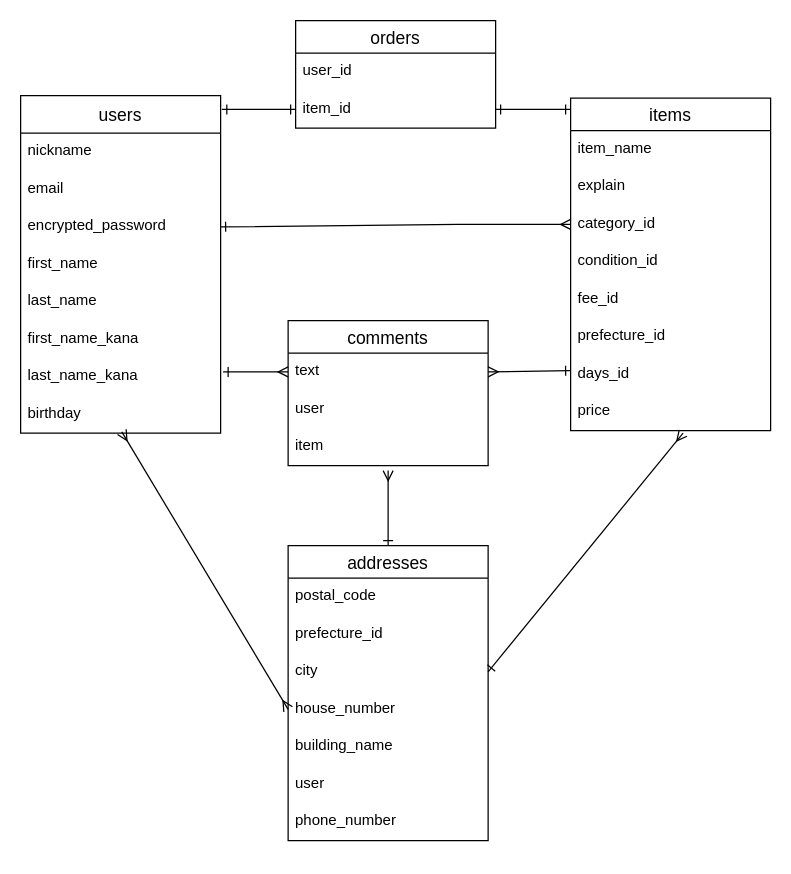
The draw.io diagram app/views/er.dio in mikArai5/furima-31920, before the edit. Source tidied: cells renumbered, new cells numbered last; positions are measured from the earlier drawing's top-left corner, leaving out a move shared by most shapes. Both pictures are drawn from the tidied source at 125%, with x=0, y=0 at pixel (20, 20).
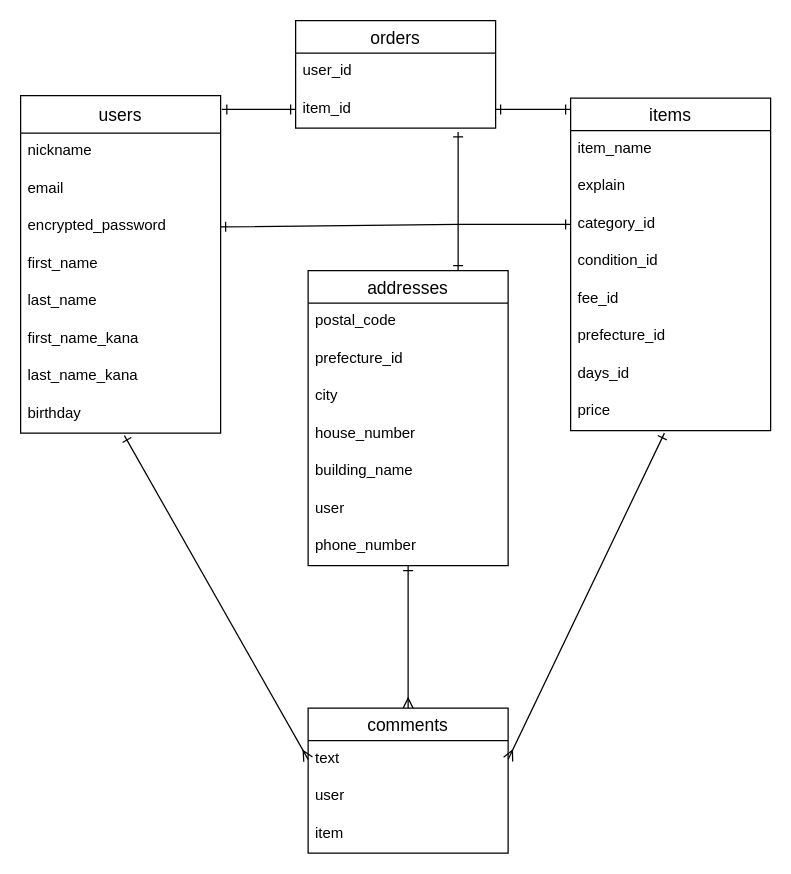
The same page after the edit.

The change refers to these unchanged cells:
```xml
<mxCell id="5" value="encrypted_password" style="text;strokeColor=none;fillColor=none;spacingLeft=4;spacingRight=4;overflow=hidden;points=[[0,0.5],[1,0.5]];portConstraint=eastwest;fontSize=12;" parent="2" vertex="1">
  <mxGeometry y="90" width="160" height="30" as="geometry" />
</mxCell>
<mxCell id="10" value="birthday" style="text;strokeColor=none;fillColor=none;spacingLeft=4;spacingRight=4;overflow=hidden;points=[[0,0.5],[1,0.5]];portConstraint=eastwest;fontSize=12;" parent="2" vertex="1">
  <mxGeometry y="240" width="160" height="30" as="geometry" />
</mxCell>
<mxCell id="14" value="category_id" style="text;strokeColor=none;fillColor=none;spacingLeft=4;spacingRight=4;overflow=hidden;points=[[0,0.5],[1,0.5]];portConstraint=eastwest;fontSize=12;" parent="11" vertex="1">
  <mxGeometry y="86" width="160" height="30" as="geometry" />
</mxCell>
<mxCell id="19" value="price" style="text;strokeColor=none;fillColor=none;spacingLeft=4;spacingRight=4;overflow=hidden;points=[[0,0.5],[1,0.5]];portConstraint=eastwest;fontSize=12;" parent="11" vertex="1">
  <mxGeometry y="236" width="160" height="30" as="geometry" />
</mxCell>
<mxCell id="21" value="text" style="text;strokeColor=none;fillColor=none;spacingLeft=4;spacingRight=4;overflow=hidden;points=[[0,0.5],[1,0.5]];portConstraint=eastwest;fontSize=12;" parent="20" vertex="1">
  <mxGeometry y="26" width="160" height="30" as="geometry" />
</mxCell>
<mxCell id="23" value="item" style="text;strokeColor=none;fillColor=none;spacingLeft=4;spacingRight=4;overflow=hidden;points=[[0,0.5],[1,0.5]];portConstraint=eastwest;fontSize=12;" parent="20" vertex="1">
  <mxGeometry y="86" width="160" height="30" as="geometry" />
</mxCell>
<mxCell id="28" value="city" style="text;strokeColor=none;fillColor=none;spacingLeft=4;spacingRight=4;overflow=hidden;points=[[0,0.5],[1,0.5]];portConstraint=eastwest;fontSize=12;" parent="25" vertex="1">
  <mxGeometry y="86" width="160" height="30" as="geometry" />
</mxCell>
<mxCell id="29" value="house_number" style="text;strokeColor=none;fillColor=none;spacingLeft=4;spacingRight=4;overflow=hidden;points=[[0,0.5],[1,0.5]];portConstraint=eastwest;fontSize=12;" parent="25" vertex="1">
  <mxGeometry y="116" width="160" height="30" as="geometry" />
</mxCell>
```

Diff of the diagram source:
```diff
@@
     <mxCell id="20" value="comments" style="swimlane;fontStyle=0;horizontal=1;startSize=26;align=center;fontSize=14;" parent="1" vertex="1">
-      <mxGeometry x="214" y="240" width="160" height="116" as="geometry" />
+      <mxGeometry x="230" y="550" width="160" height="116" as="geometry" />
     </mxCell>
@@
-    <mxCell id="24" style="edgeStyle=none;rounded=0;jettySize=auto;html=1;exitX=0.5;exitY=0;exitDx=0;exitDy=0;entryX=0.5;entryY=1.133;entryDx=0;entryDy=0;entryPerimeter=0;startArrow=ERone;startFill=0;endArrow=ERmany;endFill=0;" parent="1" edge="1" source="25" target="23">
-      <mxGeometry relative="1" as="geometry" />
+    <mxCell id="24" style="edgeStyle=none;rounded=0;jettySize=auto;html=1;startArrow=ERone;startFill=0;endArrow=ERmany;endFill=0;" parent="1" edge="1" source="25">
+      <mxGeometry relative="1" as="geometry">
+        <mxPoint x="310" y="550" as="targetPoint" />
+      </mxGeometry>
     </mxCell>
+    <mxCell id="43" style="edgeStyle=orthogonalEdgeStyle;rounded=0;jettySize=auto;html=1;exitX=0.75;exitY=0;exitDx=0;exitDy=0;endArrow=ERone;endFill=0;startArrow=ERone;startFill=0;" parent="1" edge="1" source="25">
+      <mxGeometry relative="1" as="geometry">
+        <mxPoint x="350" y="89" as="targetPoint" />
+      </mxGeometry>
+    </mxCell>
     <mxCell id="25" value="addresses" style="swimlane;fontStyle=0;horizontal=1;startSize=26;align=center;fontSize=14;" parent="1" vertex="1">
-      <mxGeometry x="214" y="420" width="160" height="236" as="geometry" />
+      <mxGeometry x="230" y="200" width="160" height="236" as="geometry" />
     </mxCell>
@@
-    <mxCell id="33" style="edgeStyle=none;rounded=0;jettySize=auto;html=1;exitX=1;exitY=0.5;exitDx=0;exitDy=0;entryX=0;entryY=0.5;entryDx=0;entryDy=0;endArrow=ERmany;endFill=0;startArrow=ERone;startFill=0;" parent="1" edge="1" source="5" target="14">
+    <mxCell id="33" style="edgeStyle=none;rounded=0;jettySize=auto;html=1;exitX=1;exitY=0.5;exitDx=0;exitDy=0;entryX=0;entryY=0.5;entryDx=0;entryDy=0;endArrow=ERone;endFill=0;startArrow=ERone;startFill=0;" parent="1" edge="1" source="5" target="14">
       <mxGeometry relative="1" as="geometry">
         <Array as="points">
           <mxPoint x="350" y="163" />
         </Array>
       </mxGeometry>
     </mxCell>
-    <mxCell id="34" style="edgeStyle=none;rounded=0;jettySize=auto;html=1;entryX=0;entryY=0.5;entryDx=0;entryDy=0;startArrow=ERone;startFill=0;endArrow=ERmany;endFill=0;" parent="1" edge="1" target="21">
-      <mxGeometry relative="1" as="geometry">
-        <mxPoint x="162" y="281" as="sourcePoint" />
-      </mxGeometry>
+    <mxCell id="34" style="edgeStyle=none;rounded=0;jettySize=auto;html=1;entryX=0;entryY=0.5;entryDx=0;entryDy=0;startArrow=ERone;startFill=0;endArrow=ERmany;endFill=0;exitX=0.519;exitY=1.067;exitDx=0;exitDy=0;exitPerimeter=0;" parent="1" edge="1" source="10" target="21">
+      <mxGeometry relative="1" as="geometry" />
     </mxCell>
-    <mxCell id="35" style="edgeStyle=none;rounded=0;jettySize=auto;html=1;entryX=1;entryY=0.5;entryDx=0;entryDy=0;startArrow=ERone;startFill=0;endArrow=ERmany;endFill=0;" parent="1" edge="1" target="21">
-      <mxGeometry relative="1" as="geometry">
-        <mxPoint x="440" y="280" as="sourcePoint" />
-      </mxGeometry>
+    <mxCell id="35" style="edgeStyle=none;rounded=0;jettySize=auto;html=1;entryX=1;entryY=0.5;entryDx=0;entryDy=0;startArrow=ERone;startFill=0;endArrow=ERmany;endFill=0;exitX=0.469;exitY=1.067;exitDx=0;exitDy=0;exitPerimeter=0;" parent="1" edge="1" source="19" target="21">
+      <mxGeometry relative="1" as="geometry" />
     </mxCell>
-    <mxCell id="36" style="edgeStyle=none;rounded=0;jettySize=auto;html=1;exitX=1;exitY=0.5;exitDx=0;exitDy=0;startArrow=ERone;startFill=0;endArrow=ERmany;endFill=0;" parent="1" edge="1" source="28">
-      <mxGeometry relative="1" as="geometry">
-        <mxPoint x="530" y="330" as="targetPoint" />
-      </mxGeometry>
-    </mxCell>
-    <mxCell id="37" style="edgeStyle=none;rounded=0;jettySize=auto;html=1;exitX=0;exitY=0.5;exitDx=0;exitDy=0;entryX=0.506;entryY=0.967;entryDx=0;entryDy=0;entryPerimeter=0;startArrow=ERmany;startFill=0;endArrow=ERmany;endFill=0;" parent="1" edge="1" source="29" target="10">
-      <mxGeometry relative="1" as="geometry" />
-    </mxCell>
```
